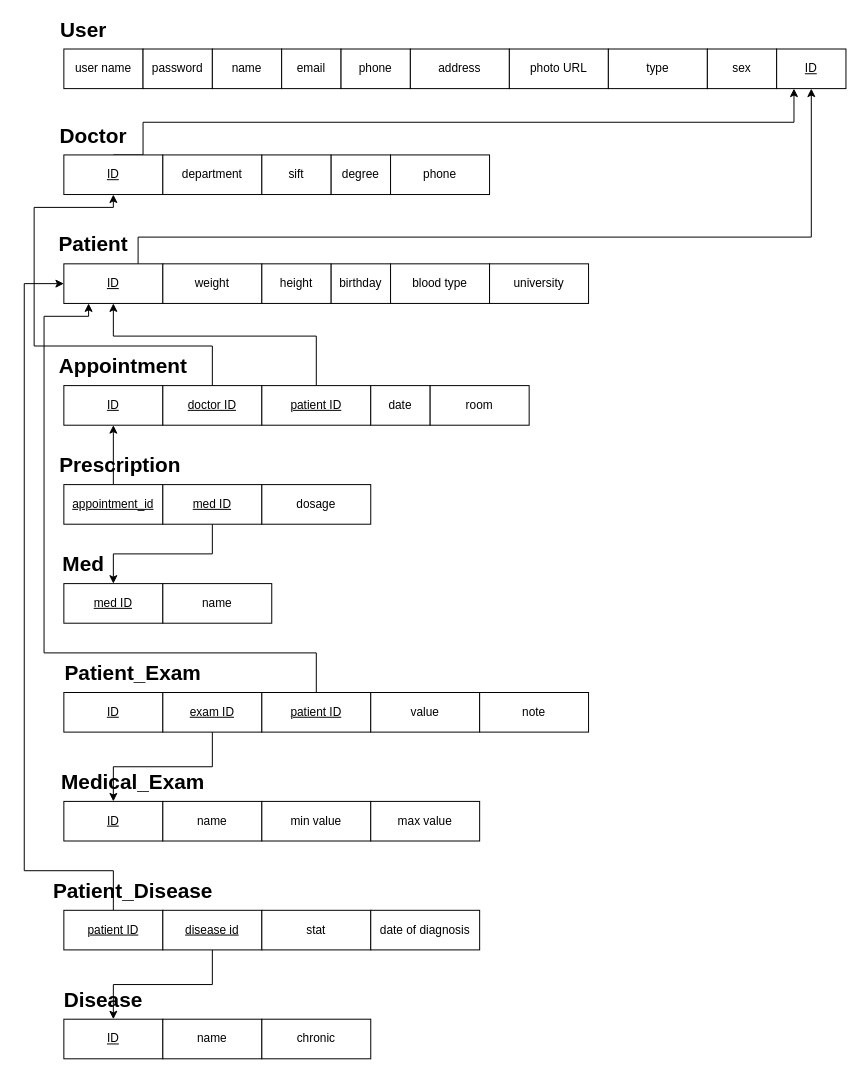
Before: docs/schema/schema.drawio in teamGamed/dataBase, a draw.io diagram. Source tidied: cells renumbered, new cells numbered last; positions are measured from the earlier drawing's top-left corner, leaving out a move shared by most shapes. Both pictures are drawn from the tidied source at 99%, with x=0, y=0 at pixel (24, 19).
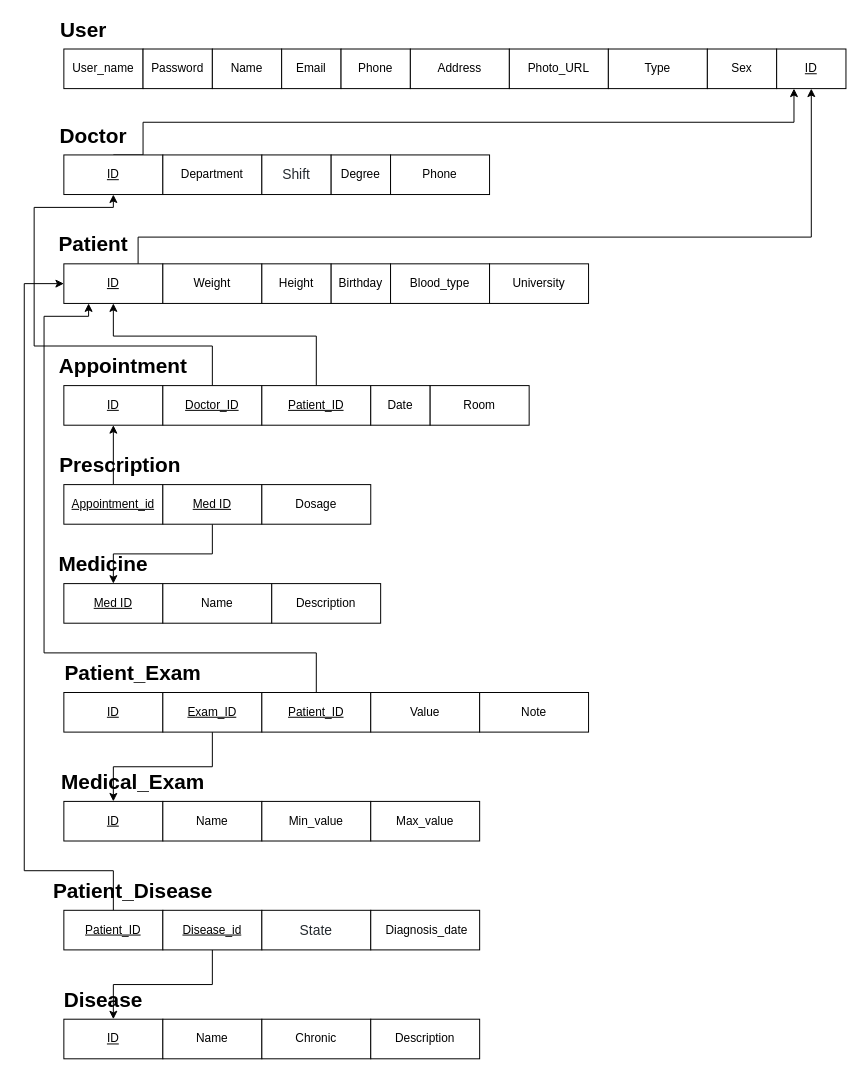
Above is the later version.

Commit message (it also covers changes not shown here):
edit fields names Add description field to medicine,disease tables

What changed in the source:
```diff
@@
-    <mxCell id="2" value="user name" style="whiteSpace=wrap;html=1;align=center;" parent="1" vertex="1">
+    <mxCell id="2" value="User_name" style="whiteSpace=wrap;html=1;align=center;" parent="1" vertex="1">
       <mxGeometry x="40" y="30" width="80" height="40" as="geometry" />
     </mxCell>
-    <mxCell id="3" value="password" style="whiteSpace=wrap;html=1;align=center;" parent="1" vertex="1">
+    <mxCell id="3" value="Password" style="whiteSpace=wrap;html=1;align=center;" parent="1" vertex="1">
       <mxGeometry x="120" y="30" width="70" height="40" as="geometry" />
     </mxCell>
@@
-    <mxCell id="5" value="name" style="whiteSpace=wrap;html=1;align=center;" parent="1" vertex="1">
+    <mxCell id="5" value="Name" style="whiteSpace=wrap;html=1;align=center;" parent="1" vertex="1">
       <mxGeometry x="190" y="30" width="70" height="40" as="geometry" />
     </mxCell>
-    <mxCell id="6" value="email" style="whiteSpace=wrap;html=1;align=center;" parent="1" vertex="1">
+    <mxCell id="6" value="Email" style="whiteSpace=wrap;html=1;align=center;" parent="1" vertex="1">
       <mxGeometry x="260" y="30" width="60" height="40" as="geometry" />
     </mxCell>
-    <mxCell id="7" value="phone" style="whiteSpace=wrap;html=1;align=center;" parent="1" vertex="1">
+    <mxCell id="7" value="Phone" style="whiteSpace=wrap;html=1;align=center;" parent="1" vertex="1">
       <mxGeometry x="320" y="30" width="70" height="40" as="geometry" />
     </mxCell>
-    <mxCell id="8" value="address" style="whiteSpace=wrap;html=1;align=center;" parent="1" vertex="1">
+    <mxCell id="8" value="Address" style="whiteSpace=wrap;html=1;align=center;" parent="1" vertex="1">
       <mxGeometry x="390" y="30" width="100" height="40" as="geometry" />
     </mxCell>
-    <mxCell id="9" value="photo URL" style="whiteSpace=wrap;html=1;align=center;" parent="1" vertex="1">
+    <mxCell id="9" value="Photo_URL" style="whiteSpace=wrap;html=1;align=center;" parent="1" vertex="1">
       <mxGeometry x="490" y="30" width="100" height="40" as="geometry" />
     </mxCell>
-    <mxCell id="10" value="type" style="whiteSpace=wrap;html=1;align=center;" parent="1" vertex="1">
+    <mxCell id="10" value="Type" style="whiteSpace=wrap;html=1;align=center;" parent="1" vertex="1">
       <mxGeometry x="590" y="30" width="100" height="40" as="geometry" />
     </mxCell>
-    <mxCell id="11" value="sex" style="whiteSpace=wrap;html=1;align=center;" parent="1" vertex="1">
+    <mxCell id="11" value="Sex" style="whiteSpace=wrap;html=1;align=center;" parent="1" vertex="1">
       <mxGeometry x="690" y="30" width="70" height="40" as="geometry" />
     </mxCell>
@@
-    <mxCell id="14" value="department" style="whiteSpace=wrap;html=1;align=center;" parent="1" vertex="1">
+    <mxCell id="14" value="Department" style="whiteSpace=wrap;html=1;align=center;" parent="1" vertex="1">
       <mxGeometry x="140" y="137" width="100" height="40" as="geometry" />
     </mxCell>
@@
-    <mxCell id="16" value="sift" style="whiteSpace=wrap;html=1;align=center;" parent="1" vertex="1">
+    <mxCell id="16" value="&lt;span style=&quot;color: rgb(36 , 41 , 46) ; font-family: , &amp;#34;blinkmacsystemfont&amp;#34; , &amp;#34;segoe ui&amp;#34; , &amp;#34;helvetica&amp;#34; , &amp;#34;arial&amp;#34; , sans-serif , &amp;#34;apple color emoji&amp;#34; , &amp;#34;segoe ui emoji&amp;#34; ; font-size: 14px ; text-align: left ; background-color: rgb(255 , 255 , 255)&quot;&gt;Shift&lt;/span&gt;" style="whiteSpace=wrap;html=1;align=center;" parent="1" vertex="1">
       <mxGeometry x="240" y="137" width="70" height="40" as="geometry" />
     </mxCell>
-    <mxCell id="17" value="degree" style="whiteSpace=wrap;html=1;align=center;" parent="1" vertex="1">
+    <mxCell id="17" value="Degree" style="whiteSpace=wrap;html=1;align=center;" parent="1" vertex="1">
       <mxGeometry x="310" y="137" width="60" height="40" as="geometry" />
     </mxCell>
-    <mxCell id="18" value="phone" style="whiteSpace=wrap;html=1;align=center;" parent="1" vertex="1">
+    <mxCell id="18" value="Phone" style="whiteSpace=wrap;html=1;align=center;" parent="1" vertex="1">
       <mxGeometry x="370" y="137" width="100" height="40" as="geometry" />
     </mxCell>
@@
-    <mxCell id="22" value="weight" style="whiteSpace=wrap;html=1;align=center;" parent="1" vertex="1">
+    <mxCell id="22" value="Weight" style="whiteSpace=wrap;html=1;align=center;" parent="1" vertex="1">
       <mxGeometry x="140" y="247" width="100" height="40" as="geometry" />
     </mxCell>
@@
-    <mxCell id="24" value="height" style="whiteSpace=wrap;html=1;align=center;" parent="1" vertex="1">
+    <mxCell id="24" value="Height" style="whiteSpace=wrap;html=1;align=center;" parent="1" vertex="1">
       <mxGeometry x="240" y="247" width="70" height="40" as="geometry" />
     </mxCell>
-    <mxCell id="25" value="birthday" style="whiteSpace=wrap;html=1;align=center;" parent="1" vertex="1">
+    <mxCell id="25" value="Birthday" style="whiteSpace=wrap;html=1;align=center;" parent="1" vertex="1">
       <mxGeometry x="310" y="247" width="60" height="40" as="geometry" />
     </mxCell>
-    <mxCell id="26" value="blood type" style="whiteSpace=wrap;html=1;align=center;" parent="1" vertex="1">
+    <mxCell id="26" value="Blood_type" style="whiteSpace=wrap;html=1;align=center;" parent="1" vertex="1">
       <mxGeometry x="370" y="247" width="100" height="40" as="geometry" />
     </mxCell>
@@
-    <mxCell id="29" value="doctor ID" style="whiteSpace=wrap;html=1;align=center;fontStyle=4;" parent="1" vertex="1">
+    <mxCell id="29" value="Doctor_ID" style="whiteSpace=wrap;html=1;align=center;fontStyle=4;" parent="1" vertex="1">
       <mxGeometry x="140" y="370" width="100" height="40" as="geometry" />
     </mxCell>
@@
-    <mxCell id="32" value="patient ID" style="whiteSpace=wrap;html=1;align=center;fontStyle=4;" parent="1" vertex="1">
+    <mxCell id="32" value="Patient_ID" style="whiteSpace=wrap;html=1;align=center;fontStyle=4;" parent="1" vertex="1">
       <mxGeometry x="240" y="370" width="110" height="40" as="geometry" />
     </mxCell>
-    <mxCell id="33" value="date" style="whiteSpace=wrap;html=1;align=center;" parent="1" vertex="1">
+    <mxCell id="33" value="Date" style="whiteSpace=wrap;html=1;align=center;" parent="1" vertex="1">
       <mxGeometry x="350" y="370" width="60" height="40" as="geometry" />
     </mxCell>
-    <mxCell id="34" value="room" style="whiteSpace=wrap;html=1;align=center;" parent="1" vertex="1">
+    <mxCell id="34" value="Room" style="whiteSpace=wrap;html=1;align=center;" parent="1" vertex="1">
       <mxGeometry x="410" y="370" width="100" height="40" as="geometry" />
     </mxCell>
-    <mxCell id="35" value="university" style="whiteSpace=wrap;html=1;align=center;" parent="1" vertex="1">
+    <mxCell id="35" value="University" style="whiteSpace=wrap;html=1;align=center;" parent="1" vertex="1">
       <mxGeometry x="470" y="247" width="100" height="40" as="geometry" />
     </mxCell>
@@
-    <mxCell id="37" value="appointment_id" style="whiteSpace=wrap;html=1;align=center;fontStyle=4;" parent="1" vertex="1">
+    <mxCell id="37" value="Appointment_id" style="whiteSpace=wrap;html=1;align=center;fontStyle=4;" parent="1" vertex="1">
       <mxGeometry x="40" y="470" width="100" height="40" as="geometry" />
     </mxCell>
@@
-    <mxCell id="39" value="med ID" style="whiteSpace=wrap;html=1;align=center;fontStyle=4;" parent="1" vertex="1">
+    <mxCell id="39" value="Med ID" style="whiteSpace=wrap;html=1;align=center;fontStyle=4;" parent="1" vertex="1">
       <mxGeometry x="140" y="470" width="100" height="40" as="geometry" />
     </mxCell>
@@
-    <mxCell id="41" value="dosage" style="whiteSpace=wrap;html=1;align=center;fontStyle=0;" parent="1" vertex="1">
+    <mxCell id="41" value="Dosage" style="whiteSpace=wrap;html=1;align=center;fontStyle=0;" parent="1" vertex="1">
       <mxGeometry x="240" y="470" width="110" height="40" as="geometry" />
     </mxCell>
-    <mxCell id="42" value="med ID" style="whiteSpace=wrap;html=1;align=center;fontStyle=4;" parent="1" vertex="1">
+    <mxCell id="42" value="Med ID" style="whiteSpace=wrap;html=1;align=center;fontStyle=4;" parent="1" vertex="1">
       <mxGeometry x="40" y="570" width="100" height="40" as="geometry" />
     </mxCell>
-    <mxCell id="43" value="Med" style="text;html=1;strokeColor=none;fillColor=none;align=center;verticalAlign=middle;whiteSpace=wrap;rounded=0;strokeWidth=1;fontSize=21;fontStyle=1;" parent="1" vertex="1">
-      <mxGeometry x="40" y="540" width="40" height="20" as="geometry" />
+    <mxCell id="43" value="Medicine" style="text;html=1;strokeColor=none;fillColor=none;align=center;verticalAlign=middle;whiteSpace=wrap;rounded=0;strokeWidth=1;fontSize=21;fontStyle=1;" parent="1" vertex="1">
+      <mxGeometry x="60" y="540" width="40" height="20" as="geometry" />
     </mxCell>
-    <mxCell id="44" value="name" style="whiteSpace=wrap;html=1;align=center;fontStyle=0;" parent="1" vertex="1">
+    <mxCell id="44" value="Name" style="whiteSpace=wrap;html=1;align=center;fontStyle=0;" parent="1" vertex="1">
       <mxGeometry x="140" y="570" width="110" height="40" as="geometry" />
     </mxCell>
@@
-    <mxCell id="47" value="exam ID" style="whiteSpace=wrap;html=1;align=center;fontStyle=4;" parent="1" vertex="1">
+    <mxCell id="47" value="Exam_ID" style="whiteSpace=wrap;html=1;align=center;fontStyle=4;" parent="1" vertex="1">
       <mxGeometry x="140" y="680" width="100" height="40" as="geometry" />
     </mxCell>
@@
-    <mxCell id="50" value="patient ID" style="whiteSpace=wrap;html=1;align=center;fontStyle=4;" parent="1" vertex="1">
+    <mxCell id="50" value="Patient_ID" style="whiteSpace=wrap;html=1;align=center;fontStyle=4;" parent="1" vertex="1">
       <mxGeometry x="240" y="680" width="110" height="40" as="geometry" />
     </mxCell>
-    <mxCell id="51" value="value" style="whiteSpace=wrap;html=1;align=center;fontStyle=0;" parent="1" vertex="1">
+    <mxCell id="51" value="Value" style="whiteSpace=wrap;html=1;align=center;fontStyle=0;" parent="1" vertex="1">
       <mxGeometry x="350" y="680" width="110" height="40" as="geometry" />
     </mxCell>
-    <mxCell id="52" value="note" style="whiteSpace=wrap;html=1;align=center;fontStyle=0;" parent="1" vertex="1">
+    <mxCell id="52" value="Note" style="whiteSpace=wrap;html=1;align=center;fontStyle=0;" parent="1" vertex="1">
       <mxGeometry x="460" y="680" width="110" height="40" as="geometry" />
     </mxCell>
@@
-    <mxCell id="54" value="name" style="whiteSpace=wrap;html=1;align=center;fontStyle=0;" parent="1" vertex="1">
+    <mxCell id="54" value="Name" style="whiteSpace=wrap;html=1;align=center;fontStyle=0;" parent="1" vertex="1">
       <mxGeometry x="140" y="790" width="100" height="40" as="geometry" />
     </mxCell>
@@
-    <mxCell id="56" value="min value" style="whiteSpace=wrap;html=1;align=center;fontStyle=0;" parent="1" vertex="1">
+    <mxCell id="56" value="Min_value" style="whiteSpace=wrap;html=1;align=center;fontStyle=0;" parent="1" vertex="1">
       <mxGeometry x="240" y="790" width="110" height="40" as="geometry" />
     </mxCell>
-    <mxCell id="57" value="max value" style="whiteSpace=wrap;html=1;align=center;fontStyle=0;" parent="1" vertex="1">
+    <mxCell id="57" value="Max_value" style="whiteSpace=wrap;html=1;align=center;fontStyle=0;" parent="1" vertex="1">
       <mxGeometry x="350" y="790" width="110" height="40" as="geometry" />
     </mxCell>
@@
-    <mxCell id="59" value="patient ID" style="whiteSpace=wrap;html=1;align=center;fontStyle=4;" parent="1" vertex="1">
+    <mxCell id="59" value="Patient_ID" style="whiteSpace=wrap;html=1;align=center;fontStyle=4;" parent="1" vertex="1">
       <mxGeometry x="40" y="900" width="100" height="40" as="geometry" />
     </mxCell>
@@
-    <mxCell id="61" value="disease id" style="whiteSpace=wrap;html=1;align=center;fontStyle=4;" parent="1" vertex="1">
+    <mxCell id="61" value="Disease_id" style="whiteSpace=wrap;html=1;align=center;fontStyle=4;" parent="1" vertex="1">
       <mxGeometry x="140" y="900" width="100" height="40" as="geometry" />
     </mxCell>
@@
-    <mxCell id="63" value="stat" style="whiteSpace=wrap;html=1;align=center;fontStyle=0;" parent="1" vertex="1">
+    <mxCell id="63" value="&lt;span style=&quot;color: rgb(36 , 41 , 46) ; font-family: , &amp;#34;blinkmacsystemfont&amp;#34; , &amp;#34;segoe ui&amp;#34; , &amp;#34;helvetica&amp;#34; , &amp;#34;arial&amp;#34; , sans-serif , &amp;#34;apple color emoji&amp;#34; , &amp;#34;segoe ui emoji&amp;#34; ; font-size: 14px ; text-align: left ; background-color: rgb(255 , 255 , 255)&quot;&gt;State&lt;/span&gt;" style="whiteSpace=wrap;html=1;align=center;fontStyle=0;" parent="1" vertex="1">
       <mxGeometry x="240" y="900" width="110" height="40" as="geometry" />
     </mxCell>
-    <mxCell id="64" value="date of diagnosis" style="whiteSpace=wrap;html=1;align=center;fontStyle=0;" parent="1" vertex="1">
+    <mxCell id="64" value="&amp;nbsp;Diagnosis_date" style="whiteSpace=wrap;html=1;align=center;fontStyle=0;" parent="1" vertex="1">
       <mxGeometry x="350" y="900" width="110" height="40" as="geometry" />
     </mxCell>
@@
-    <mxCell id="66" value="name" style="whiteSpace=wrap;html=1;align=center;fontStyle=0;" parent="1" vertex="1">
+    <mxCell id="66" value="Name" style="whiteSpace=wrap;html=1;align=center;fontStyle=0;" parent="1" vertex="1">
       <mxGeometry x="140" y="1010" width="100" height="40" as="geometry" />
     </mxCell>
@@
-    <mxCell id="68" value="chronic" style="whiteSpace=wrap;html=1;align=center;fontStyle=0;" parent="1" vertex="1">
+    <mxCell id="68" value="Chronic" style="whiteSpace=wrap;html=1;align=center;fontStyle=0;" parent="1" vertex="1">
       <mxGeometry x="240" y="1010" width="110" height="40" as="geometry" />
     </mxCell>
+    <mxCell id="69" value="Description" style="whiteSpace=wrap;html=1;align=center;fontStyle=0;" parent="1" vertex="1">
+      <mxGeometry x="350" y="1010" width="110" height="40" as="geometry" />
+    </mxCell>
+    <mxCell id="70" value="Description" style="whiteSpace=wrap;html=1;align=center;fontStyle=0;" parent="1" vertex="1">
+      <mxGeometry x="250" y="570" width="110" height="40" as="geometry" />
+    </mxCell>
```
